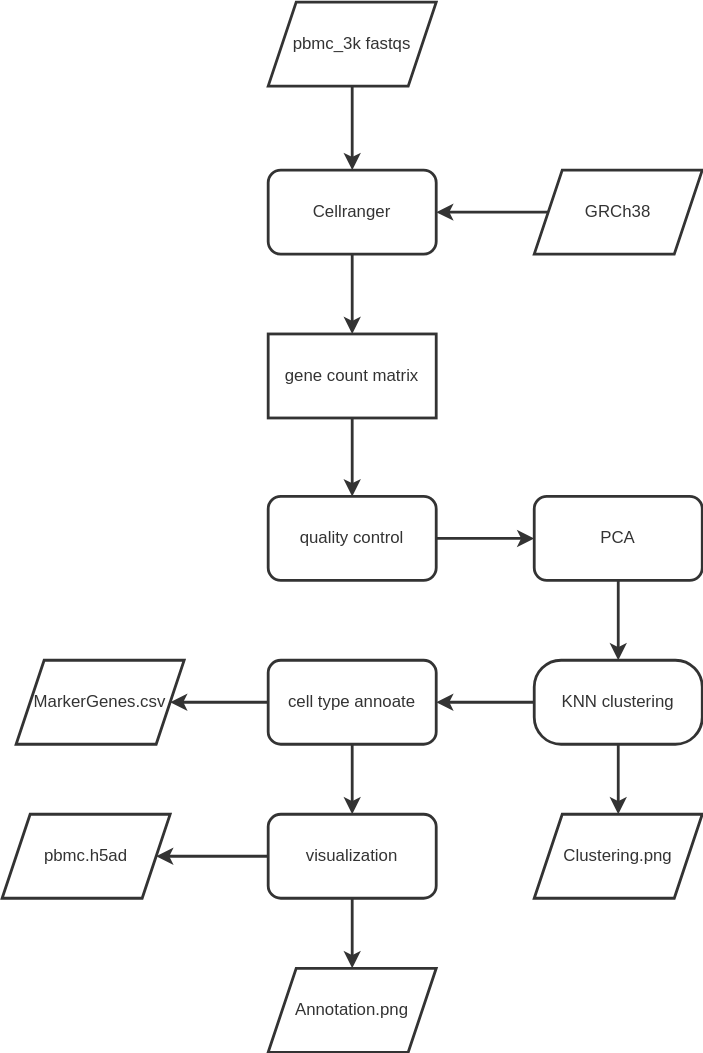
The draw.io diagram workflow.drawio.svg in wykswr/scRNA-seq, before a commit. Source tidied: cells renumbered, new cells last; positions are measured from the earlier drawing's top-left corner, leaving out a move shared by most shapes. The source it was exported from:
```xml
<mxGraphModel>
  <root>
    <mxCell id="0" />
    <mxCell id="1" parent="0" />
    <mxCell id="2" style="edgeStyle=orthogonalEdgeStyle;html=1;fillColor=none;strokeWidth=2;strokeColor=#333333;labelBackgroundColor=none;fontColor=#333333;" parent="1" edge="1" source="3" target="5">
      <mxGeometry relative="1" as="geometry" />
    </mxCell>
    <mxCell id="3" value="pbmc_3k fastqs" style="shape=parallelogram;perimeter=parallelogramPerimeter;whiteSpace=wrap;html=1;fixedSize=1;fillColor=none;strokeWidth=2;strokeColor=#333333;labelBackgroundColor=none;fontColor=#333333;" parent="1" vertex="1">
      <mxGeometry x="190" width="120" height="60" as="geometry" />
    </mxCell>
    <mxCell id="4" style="edgeStyle=orthogonalEdgeStyle;html=1;fillColor=none;strokeWidth=2;fontColor=#333333;strokeColor=#333333;labelBackgroundColor=none;" parent="1" edge="1" source="5" target="9">
      <mxGeometry relative="1" as="geometry" />
    </mxCell>
    <mxCell id="5" value="Cellranger" style="rounded=1;whiteSpace=wrap;html=1;fillColor=none;strokeWidth=2;strokeColor=#333333;labelBackgroundColor=none;fontColor=#333333;" parent="1" vertex="1">
      <mxGeometry x="190" y="120" width="120" height="60" as="geometry" />
    </mxCell>
    <mxCell id="6" style="edgeStyle=orthogonalEdgeStyle;html=1;entryX=1;entryY=0.5;entryDx=0;entryDy=0;fillColor=none;strokeWidth=2;fontColor=#333333;strokeColor=#333333;labelBackgroundColor=none;" parent="1" edge="1" source="7" target="5">
      <mxGeometry relative="1" as="geometry" />
    </mxCell>
    <mxCell id="7" value="GRCh38" style="shape=parallelogram;perimeter=parallelogramPerimeter;whiteSpace=wrap;html=1;fixedSize=1;fillColor=none;strokeWidth=2;strokeColor=#333333;labelBackgroundColor=none;fontColor=#333333;" parent="1" vertex="1">
      <mxGeometry x="380" y="120" width="120" height="60" as="geometry" />
    </mxCell>
    <mxCell id="8" style="edgeStyle=orthogonalEdgeStyle;html=1;fillColor=none;strokeWidth=2;fontColor=#333333;strokeColor=#333333;labelBackgroundColor=none;" parent="1" edge="1" source="9" target="11">
      <mxGeometry relative="1" as="geometry" />
    </mxCell>
    <mxCell id="9" value="gene count matrix" style="rounded=0;whiteSpace=wrap;html=1;fillColor=none;strokeWidth=2;strokeColor=#333333;labelBackgroundColor=none;fontColor=#333333;" parent="1" vertex="1">
      <mxGeometry x="190" y="237" width="120" height="60" as="geometry" />
    </mxCell>
    <mxCell id="10" style="edgeStyle=orthogonalEdgeStyle;html=1;fillColor=none;strokeWidth=2;fontColor=#333333;strokeColor=#333333;labelBackgroundColor=none;" parent="1" edge="1" source="11" target="13">
      <mxGeometry relative="1" as="geometry" />
    </mxCell>
    <mxCell id="11" value="quality control" style="rounded=1;whiteSpace=wrap;html=1;fillColor=none;strokeWidth=2;strokeColor=#333333;labelBackgroundColor=none;fontColor=#333333;" parent="1" vertex="1">
      <mxGeometry x="190" y="353" width="120" height="60" as="geometry" />
    </mxCell>
    <mxCell id="12" style="edgeStyle=orthogonalEdgeStyle;html=1;fillColor=none;strokeWidth=2;fontColor=#333333;strokeColor=#333333;labelBackgroundColor=none;" parent="1" edge="1" source="13" target="16">
      <mxGeometry relative="1" as="geometry" />
    </mxCell>
    <mxCell id="13" value="PCA" style="rounded=1;whiteSpace=wrap;html=1;fillColor=none;strokeWidth=2;strokeColor=#333333;labelBackgroundColor=none;fontColor=#333333;" parent="1" vertex="1">
      <mxGeometry x="380" y="353" width="120" height="60" as="geometry" />
    </mxCell>
    <mxCell id="14" style="edgeStyle=orthogonalEdgeStyle;html=1;fillColor=none;strokeWidth=2;fontColor=#333333;strokeColor=#333333;labelBackgroundColor=none;" parent="1" edge="1" source="16" target="19">
      <mxGeometry relative="1" as="geometry" />
    </mxCell>
    <mxCell id="15" style="edgeStyle=orthogonalEdgeStyle;html=1;fontColor=#333333;fillColor=none;strokeWidth=2;strokeColor=#333333;labelBackgroundColor=none;" parent="1" edge="1" source="16" target="26">
      <mxGeometry relative="1" as="geometry" />
    </mxCell>
    <mxCell id="16" value="KNN clustering" style="rounded=1;whiteSpace=wrap;html=1;arcSize=32;fillColor=none;strokeWidth=2;strokeColor=#333333;labelBackgroundColor=none;fontColor=#333333;" parent="1" vertex="1">
      <mxGeometry x="380" y="470" width="120" height="60" as="geometry" />
    </mxCell>
    <mxCell id="17" style="edgeStyle=orthogonalEdgeStyle;html=1;fontColor=#333333;fillColor=none;strokeWidth=2;strokeColor=#333333;labelBackgroundColor=none;" parent="1" edge="1" source="19" target="22">
      <mxGeometry relative="1" as="geometry" />
    </mxCell>
    <mxCell id="18" style="edgeStyle=orthogonalEdgeStyle;html=1;fontColor=#333333;fillColor=none;strokeWidth=2;strokeColor=#333333;labelBackgroundColor=none;" parent="1" edge="1" source="19" target="25">
      <mxGeometry relative="1" as="geometry" />
    </mxCell>
    <mxCell id="19" value="cell type annoate" style="rounded=1;whiteSpace=wrap;html=1;fillColor=none;strokeWidth=2;strokeColor=#333333;labelBackgroundColor=none;fontColor=#333333;" parent="1" vertex="1">
      <mxGeometry x="190" y="470" width="120" height="60" as="geometry" />
    </mxCell>
    <mxCell id="20" style="edgeStyle=orthogonalEdgeStyle;html=1;fontColor=#333333;fillColor=none;strokeWidth=2;strokeColor=#333333;labelBackgroundColor=none;" parent="1" edge="1" source="22" target="23">
      <mxGeometry relative="1" as="geometry" />
    </mxCell>
    <mxCell id="21" style="edgeStyle=orthogonalEdgeStyle;html=1;fontColor=#333333;fillColor=none;strokeWidth=2;strokeColor=#333333;labelBackgroundColor=none;" parent="1" edge="1" source="22" target="24">
      <mxGeometry relative="1" as="geometry" />
    </mxCell>
    <mxCell id="22" value="visualization" style="rounded=1;whiteSpace=wrap;html=1;fillColor=none;strokeWidth=2;strokeColor=#333333;labelBackgroundColor=none;fontColor=#333333;" parent="1" vertex="1">
      <mxGeometry x="190" y="580" width="120" height="60" as="geometry" />
    </mxCell>
    <mxCell id="23" value="pbmc.h5ad" style="shape=parallelogram;perimeter=parallelogramPerimeter;whiteSpace=wrap;html=1;fixedSize=1;fillColor=none;strokeWidth=2;strokeColor=#333333;labelBackgroundColor=none;fontColor=#333333;" parent="1" vertex="1">
      <mxGeometry y="580" width="120" height="60" as="geometry" />
    </mxCell>
    <mxCell id="24" value="Annotation.png" style="shape=parallelogram;perimeter=parallelogramPerimeter;whiteSpace=wrap;html=1;fixedSize=1;fillColor=none;strokeWidth=2;strokeColor=#333333;labelBackgroundColor=none;fontColor=#333333;" parent="1" vertex="1">
      <mxGeometry x="190" y="690" width="120" height="60" as="geometry" />
    </mxCell>
    <mxCell id="25" value="MarkerGenes.csv" style="shape=parallelogram;perimeter=parallelogramPerimeter;whiteSpace=wrap;html=1;fixedSize=1;fillColor=none;strokeWidth=2;strokeColor=#333333;labelBackgroundColor=none;fontColor=#333333;" parent="1" vertex="1">
      <mxGeometry x="10" y="470" width="120" height="60" as="geometry" />
    </mxCell>
    <mxCell id="26" value="Clustering.png" style="shape=parallelogram;perimeter=parallelogramPerimeter;whiteSpace=wrap;html=1;fixedSize=1;fillColor=none;strokeWidth=2;strokeColor=#333333;labelBackgroundColor=none;fontColor=#333333;" parent="1" vertex="1">
      <mxGeometry x="380" y="580" width="120" height="60" as="geometry" />
    </mxCell>
  </root>
</mxGraphModel>
```
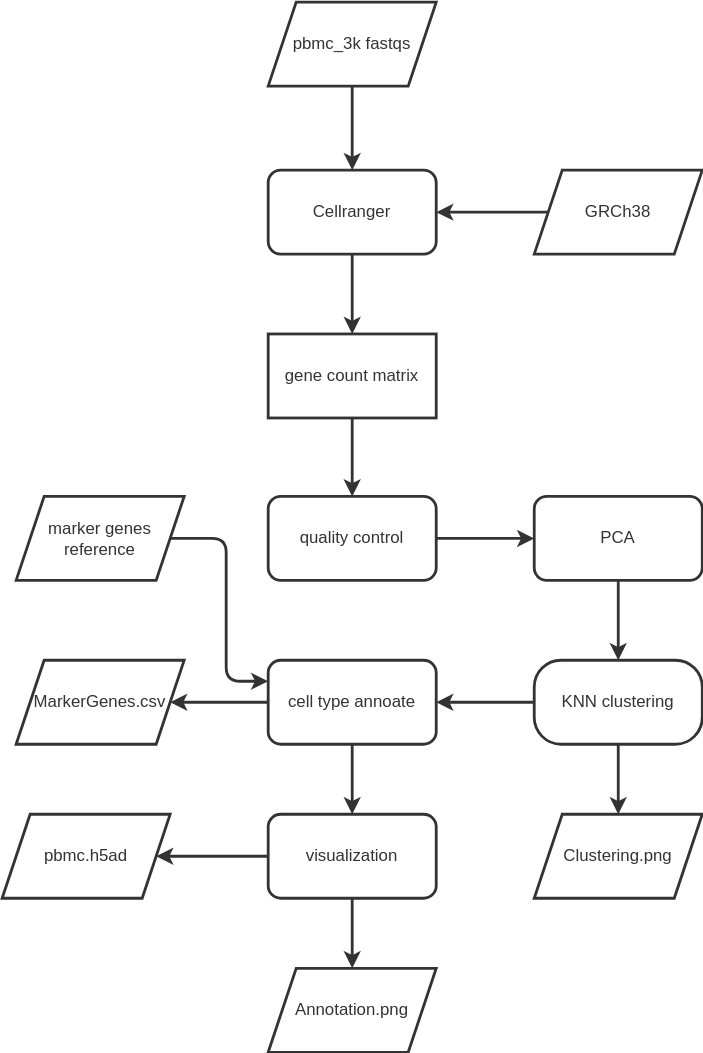
The same file after the commit.

What changed in the source:
```diff
@@ -77,5 +77,11 @@
     <mxCell id="26" value="Clustering.png" style="shape=parallelogram;perimeter=parallelogramPerimeter;whiteSpace=wrap;html=1;fixedSize=1;fillColor=none;strokeWidth=2;strokeColor=#333333;labelBackgroundColor=none;fontColor=#333333;" parent="1" vertex="1">
       <mxGeometry x="380" y="580" width="120" height="60" as="geometry" />
     </mxCell>
+    <mxCell id="27" style="edgeStyle=orthogonalEdgeStyle;html=1;exitX=1;exitY=0.5;exitDx=0;exitDy=0;entryX=0;entryY=0.25;entryDx=0;entryDy=0;strokeWidth=2;strokeColor=#333333;" parent="1" edge="1" source="28" target="19">
+      <mxGeometry relative="1" as="geometry" />
+    </mxCell>
+    <mxCell id="28" value="marker genes&lt;br&gt;reference" style="shape=parallelogram;perimeter=parallelogramPerimeter;whiteSpace=wrap;html=1;fixedSize=1;fillColor=none;strokeWidth=2;strokeColor=#333333;labelBackgroundColor=none;fontColor=#333333;" parent="1" vertex="1">
+      <mxGeometry x="10" y="353" width="120" height="60" as="geometry" />
+    </mxCell>
   </root>
 </mxGraphModel>
```
